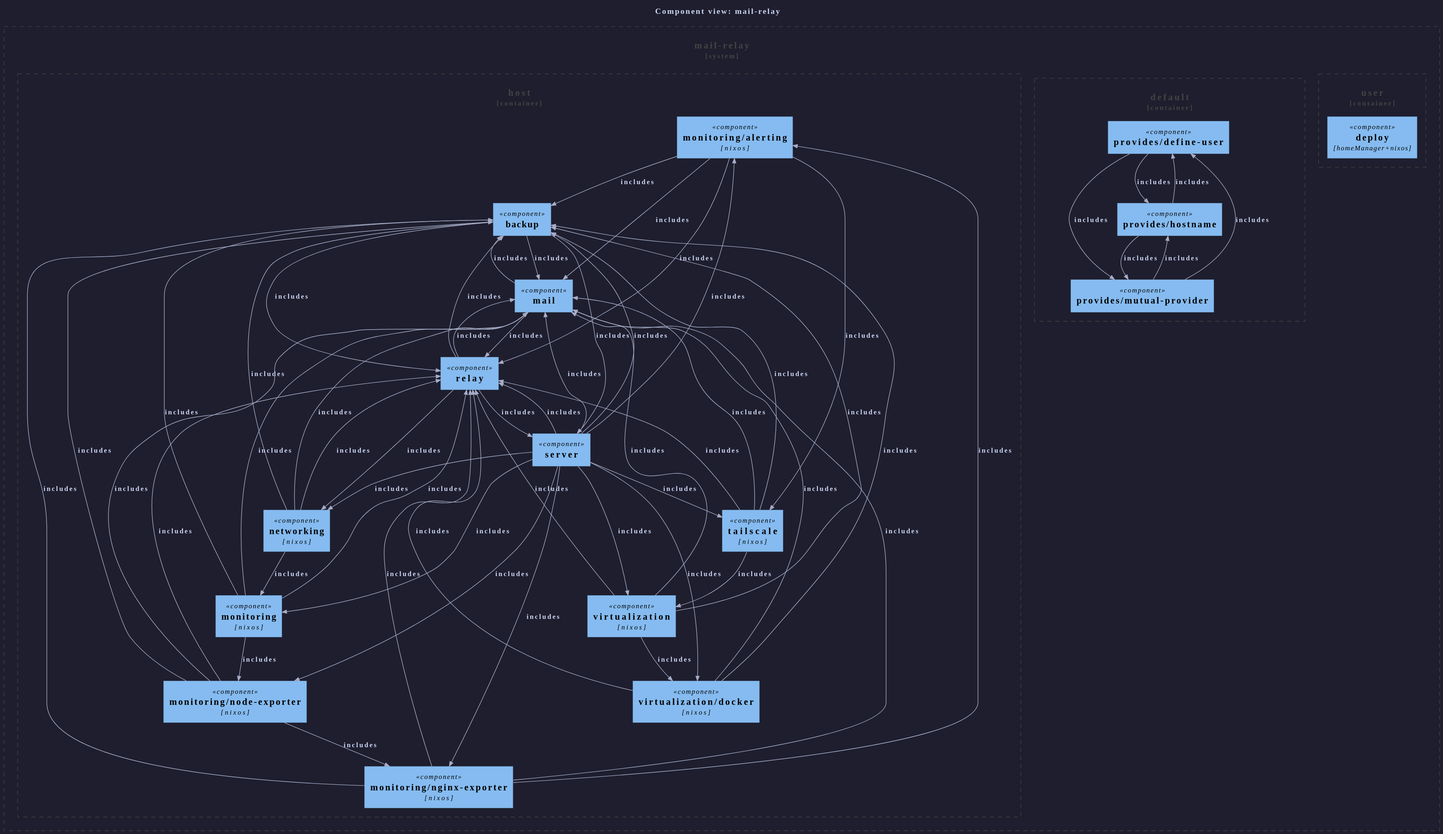
Before: templates/diag-fx-demo/diagrams/mail-relay-c4component.puml.svg, a diagram exported from PlantUML (sini/den).
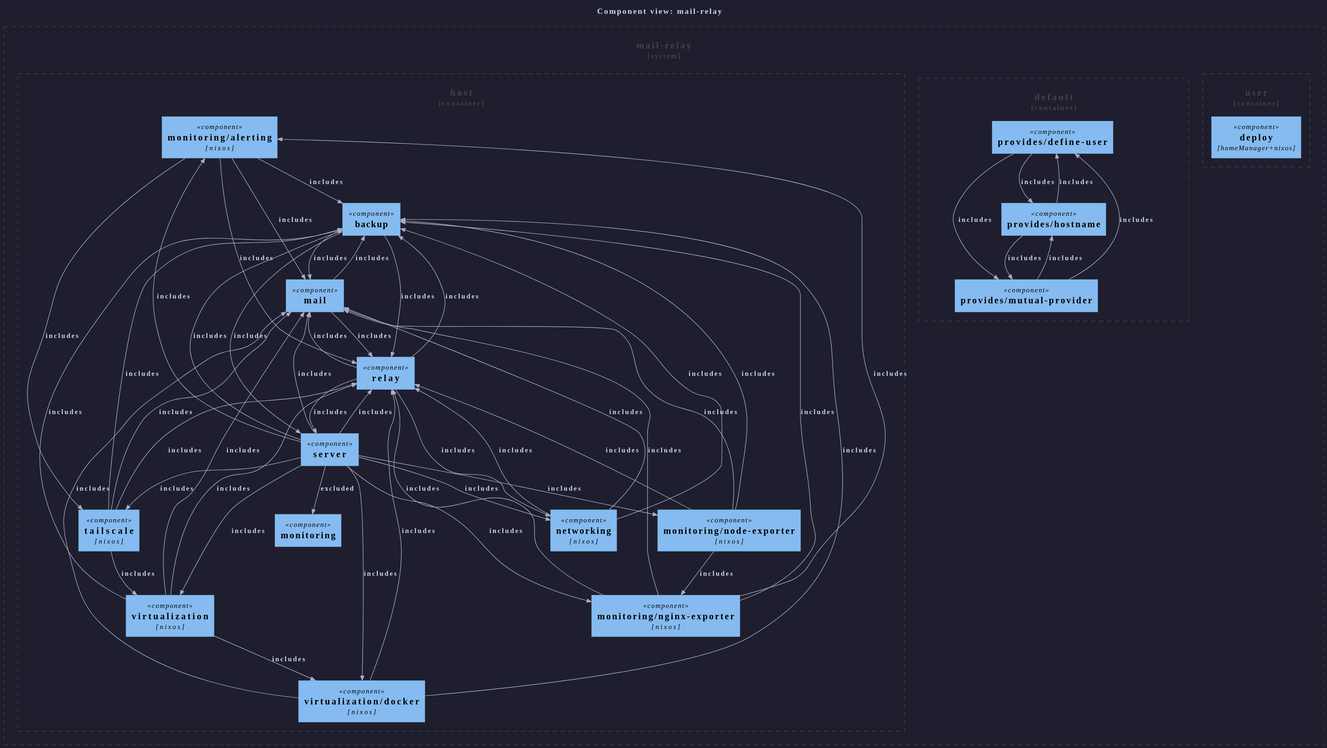
Above is the later version.

The edit, as a diff of the source:
```diff
@@ -33,7 +33,7 @@
     Component(backup, "backup", "")
     Component(virtualization__docker, "virtualization/docker", "nixos")
     Component(mail, "mail", "")
-    Component(monitoring, "monitoring", "nixos")
+    Component(monitoring, "monitoring", "")
     Component(networking, "networking", "nixos")
     Component(monitoring__nginx_exporter, "monitoring/nginx-exporter", "nixos")
     Component(monitoring__node_exporter, "monitoring/node-exporter", "nixos")
@@ -62,7 +62,6 @@
 Rel(den__provides__define_user, den__provides__mutual_provider, "includes")
 Rel(den__provides__hostname, den__provides__mutual_provider, "includes")
 Rel(mail, backup, "includes")
-Rel(monitoring, backup, "includes")
 Rel(monitoring__alerting, backup, "includes")
 Rel(monitoring__nginx_exporter, backup, "includes")
 Rel(monitoring__node_exporter, backup, "includes")
@@ -72,7 +71,6 @@
 Rel(tailscale, backup, "includes")
 Rel(virtualization, backup, "includes")
 Rel(virtualization__docker, backup, "includes")
-Rel(monitoring, mail, "includes")
 Rel(monitoring__alerting, mail, "includes")
 Rel(monitoring__nginx_exporter, mail, "includes")
 Rel(monitoring__node_exporter, mail, "includes")
@@ -83,7 +81,6 @@
 Rel(virtualization, mail, "includes")
 Rel(virtualization__docker, mail, "includes")
 Rel(mail, relay, "includes")
-Rel(monitoring, relay, "includes")
 Rel(monitoring__alerting, relay, "includes")
 Rel(monitoring__nginx_exporter, relay, "includes")
 Rel(monitoring__node_exporter, relay, "includes")
@@ -92,16 +89,14 @@
 Rel(tailscale, relay, "includes")
 Rel(virtualization, relay, "includes")
 Rel(virtualization__docker, relay, "includes")
-Rel(monitoring, monitoring__node_exporter, "includes")
 Rel(monitoring__alerting, tailscale, "includes")
 Rel(monitoring__nginx_exporter, monitoring__alerting, "includes")
 Rel(monitoring__node_exporter, monitoring__nginx_exporter, "includes")
-Rel(networking, monitoring, "includes")
 Rel(relay, networking, "includes")
 Rel(relay, server, "includes")
 Rel(server, monitoring__alerting, "includes")
 Rel(server, virtualization__docker, "includes")
-Rel(server, monitoring, "includes")
+Rel(server, monitoring, "excluded")
 Rel(server, networking, "includes")
 Rel(server, monitoring__nginx_exporter, "includes")
 Rel(server, monitoring__node_exporter, "includes")
```
